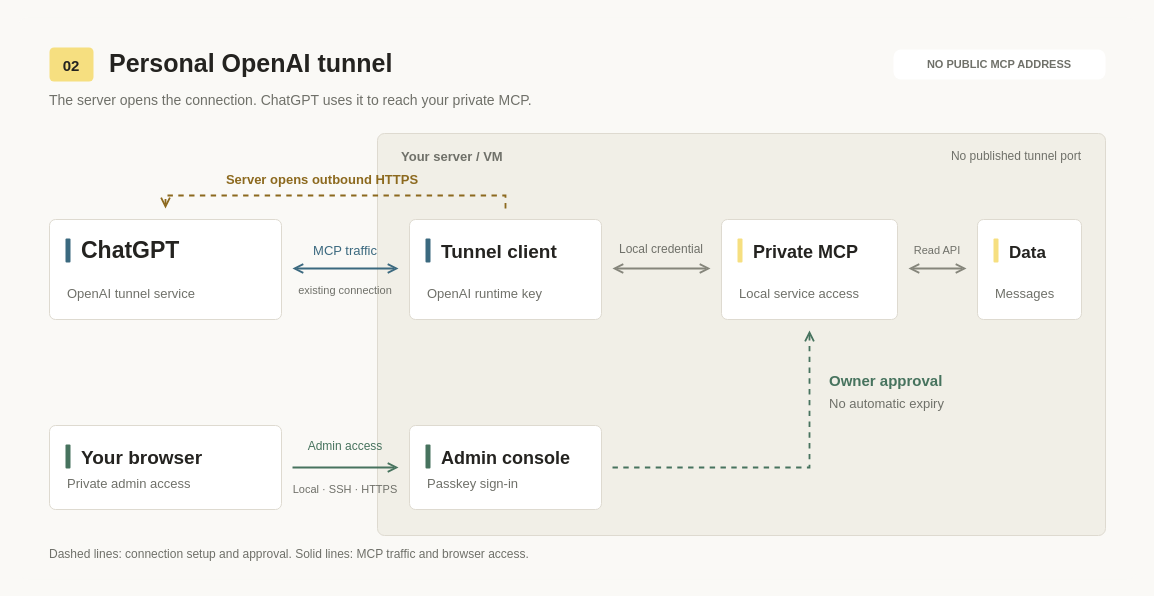
Earlier version of the draw.io diagram page "개인 OpenAI 터널" (2 of 3) of docs/assets/connection-methods.drawio (rokrokss/kakaotalk-bridge). Source tidied: cells renumbered, new cells numbered last; positions are measured from the earlier drawing's top-left corner, leaving out a move shared by most shapes. Both pictures are drawn from the tidied source at 100%, with x=0, y=0 at pixel (17, 17).
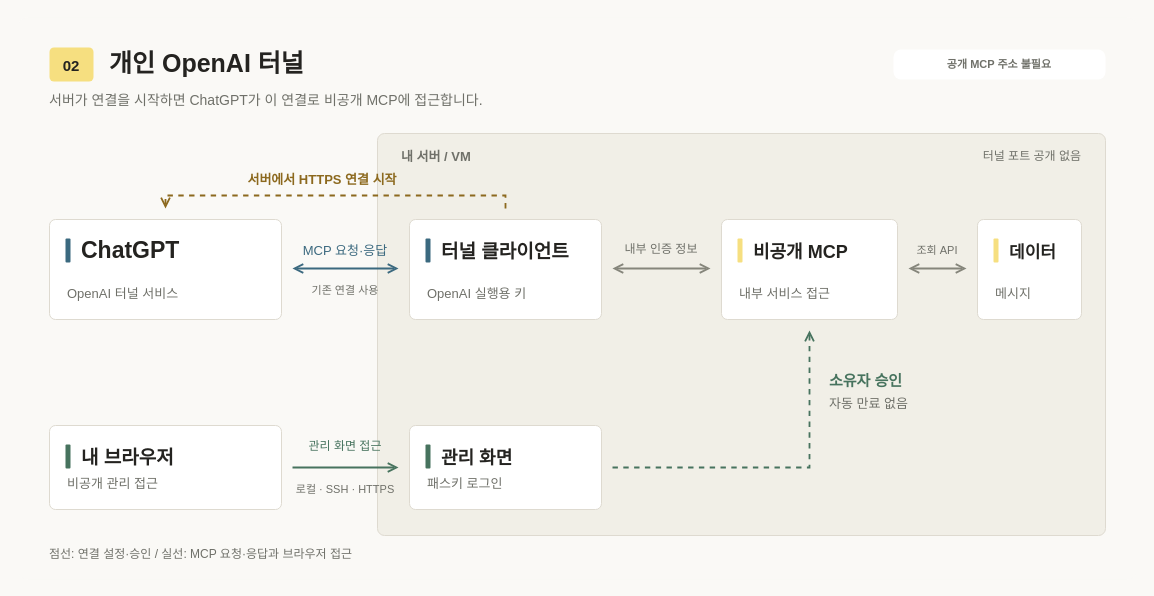
The same diagram, later.

The change refers to these unchanged cells:
```xml
<mxCell id="12" style="group;" parent="1" vertex="1">
  <mxGeometry x="32" y="202" width="232" height="100" as="geometry" />
</mxCell>
<mxCell id="17" style="group;" parent="1" vertex="1">
  <mxGeometry x="392" y="202" width="192" height="100" as="geometry" />
</mxCell>
<mxCell id="22" style="group;" parent="1" vertex="1">
  <mxGeometry x="704" y="202" width="176" height="100" as="geometry" />
</mxCell>
<mxCell id="27" style="group;" parent="1" vertex="1">
  <mxGeometry x="960" y="202" width="104" height="100" as="geometry" />
</mxCell>
<mxCell id="41" style="group;" parent="1" vertex="1">
  <mxGeometry x="32" y="408" width="232" height="84" as="geometry" />
</mxCell>
<mxCell id="46" style="group;" parent="1" vertex="1">
  <mxGeometry x="392" y="408" width="192" height="84" as="geometry" />
</mxCell>
```

What changed in the source:
```diff
@@
-    <mxCell id="5" value="Personal OpenAI tunnel" style="text;html=0;strokeColor=none;fillColor=none;align=left;verticalAlign=middle;whiteSpace=wrap;rounded=0;spacing=0;fontFamily=Helvetica;fontSize=25;fontColor=#242320;fontStyle=1;" parent="1" vertex="1">
+    <mxCell id="5" value="개인 OpenAI 터널" style="text;html=0;strokeColor=none;fillColor=none;align=left;verticalAlign=middle;whiteSpace=wrap;rounded=0;spacing=0;fontFamily=Helvetica;fontSize=25;fontColor=#242320;fontStyle=1;" parent="1" vertex="1">
       <mxGeometry x="92" y="28" width="630" height="33" as="geometry" />
     </mxCell>
-    <mxCell id="6" value="The server opens the connection. ChatGPT uses it to reach your private MCP." style="text;html=0;strokeColor=none;fillColor=none;align=left;verticalAlign=middle;whiteSpace=wrap;rounded=0;spacing=0;fontFamily=Helvetica;fontSize=14;fontColor=#6f7069;fontStyle=0;" parent="1" vertex="1">
+    <mxCell id="6" value="서버가 연결을 시작하면 ChatGPT가 이 연결로 비공개 MCP에 접근합니다." style="text;html=0;strokeColor=none;fillColor=none;align=left;verticalAlign=middle;whiteSpace=wrap;rounded=0;spacing=0;fontFamily=Helvetica;fontSize=14;fontColor=#6f7069;fontStyle=0;" parent="1" vertex="1">
       <mxGeometry x="32" y="72" width="830" height="22" as="geometry" />
     </mxCell>
@@
-    <mxCell id="8" value="NO PUBLIC MCP ADDRESS" style="text;html=0;strokeColor=none;fillColor=none;align=center;verticalAlign=middle;whiteSpace=wrap;rounded=0;spacing=0;fontFamily=Helvetica;fontSize=11;fontColor=#6f7069;fontStyle=1;" parent="1" vertex="1">
+    <mxCell id="8" value="공개 MCP 주소 불필요" style="text;html=0;strokeColor=none;fillColor=none;align=center;verticalAlign=middle;whiteSpace=wrap;rounded=0;spacing=0;fontFamily=Helvetica;fontSize=11;fontColor=#6f7069;fontStyle=1;" parent="1" vertex="1">
       <mxGeometry x="882" y="37.9" width="200" height="19" as="geometry" />
     </mxCell>
@@
-    <mxCell id="10" value="Your server / VM" style="text;html=0;strokeColor=none;fillColor=none;align=left;verticalAlign=middle;whiteSpace=wrap;rounded=0;spacing=0;fontFamily=Helvetica;fontSize=13;fontColor=#6f7069;fontStyle=1;" parent="1" vertex="1">
+    <mxCell id="10" value="내 서버 / VM" style="text;html=0;strokeColor=none;fillColor=none;align=left;verticalAlign=middle;whiteSpace=wrap;rounded=0;spacing=0;fontFamily=Helvetica;fontSize=13;fontColor=#6f7069;fontStyle=1;" parent="1" vertex="1">
       <mxGeometry x="384" y="128" width="260" height="21" as="geometry" />
     </mxCell>
-    <mxCell id="11" value="No published tunnel port" style="text;html=0;strokeColor=none;fillColor=none;align=right;verticalAlign=middle;whiteSpace=wrap;rounded=0;spacing=0;fontFamily=Helvetica;fontSize=12;fontColor=#6f7069;fontStyle=0;" parent="1" vertex="1">
+    <mxCell id="11" value="터널 포트 공개 없음" style="text;html=0;strokeColor=none;fillColor=none;align=right;verticalAlign=middle;whiteSpace=wrap;rounded=0;spacing=0;fontFamily=Helvetica;fontSize=12;fontColor=#6f7069;fontStyle=0;" parent="1" vertex="1">
       <mxGeometry x="814" y="129" width="250" height="20" as="geometry" />
     </mxCell>
@@
-    <mxCell id="16" value="OpenAI tunnel service" style="text;html=0;strokeColor=none;fillColor=none;align=left;verticalAlign=middle;whiteSpace=wrap;rounded=0;spacing=0;fontFamily=Helvetica;fontSize=13;fontColor=#6f7069;fontStyle=0;" parent="12" vertex="1">
+    <mxCell id="16" value="OpenAI 터널 서비스" style="text;html=0;strokeColor=none;fillColor=none;align=left;verticalAlign=middle;whiteSpace=wrap;rounded=0;spacing=0;fontFamily=Helvetica;fontSize=13;fontColor=#6f7069;fontStyle=0;" parent="12" vertex="1">
       <mxGeometry x="18" y="63" width="202" height="21" as="geometry" />
     </mxCell>
@@
-    <mxCell id="20" value="Tunnel client" style="text;html=0;strokeColor=none;fillColor=none;align=left;verticalAlign=middle;whiteSpace=wrap;rounded=0;spacing=0;fontFamily=Helvetica;fontSize=19;fontColor=#242320;fontStyle=1;" parent="17" vertex="1">
+    <mxCell id="20" value="터널 클라이언트" style="text;html=0;strokeColor=none;fillColor=none;align=left;verticalAlign=middle;whiteSpace=wrap;rounded=0;spacing=0;fontFamily=Helvetica;fontSize=19;fontColor=#242320;fontStyle=1;" parent="17" vertex="1">
       <mxGeometry x="32" y="19" width="150" height="27" as="geometry" />
     </mxCell>
-    <mxCell id="21" value="OpenAI runtime key" style="text;html=0;strokeColor=none;fillColor=none;align=left;verticalAlign=middle;whiteSpace=wrap;rounded=0;spacing=0;fontFamily=Helvetica;fontSize=13;fontColor=#6f7069;fontStyle=0;" parent="17" vertex="1">
+    <mxCell id="21" value="OpenAI 실행용 키" style="text;html=0;strokeColor=none;fillColor=none;align=left;verticalAlign=middle;whiteSpace=wrap;rounded=0;spacing=0;fontFamily=Helvetica;fontSize=13;fontColor=#6f7069;fontStyle=0;" parent="17" vertex="1">
       <mxGeometry x="18" y="63" width="162" height="21" as="geometry" />
     </mxCell>
@@
-    <mxCell id="25" value="Private MCP" style="text;html=0;strokeColor=none;fillColor=none;align=left;verticalAlign=middle;whiteSpace=wrap;rounded=0;spacing=0;fontFamily=Helvetica;fontSize=18;fontColor=#242320;fontStyle=1;" parent="22" vertex="1">
+    <mxCell id="25" value="비공개 MCP" style="text;html=0;strokeColor=none;fillColor=none;align=left;verticalAlign=middle;whiteSpace=wrap;rounded=0;spacing=0;fontFamily=Helvetica;fontSize=18;fontColor=#242320;fontStyle=1;" parent="22" vertex="1">
       <mxGeometry x="32" y="20" width="134" height="26" as="geometry" />
     </mxCell>
-    <mxCell id="26" value="Local service access" style="text;html=0;strokeColor=none;fillColor=none;align=left;verticalAlign=middle;whiteSpace=wrap;rounded=0;spacing=0;fontFamily=Helvetica;fontSize=13;fontColor=#6f7069;fontStyle=0;" parent="22" vertex="1">
+    <mxCell id="26" value="내부 서비스 접근" style="text;html=0;strokeColor=none;fillColor=none;align=left;verticalAlign=middle;whiteSpace=wrap;rounded=0;spacing=0;fontFamily=Helvetica;fontSize=13;fontColor=#6f7069;fontStyle=0;" parent="22" vertex="1">
       <mxGeometry x="18" y="63" width="146" height="21" as="geometry" />
     </mxCell>
@@
-    <mxCell id="30" value="Data" style="text;html=0;strokeColor=none;fillColor=none;align=left;verticalAlign=middle;whiteSpace=wrap;rounded=0;spacing=0;fontFamily=Helvetica;fontSize=17;fontColor=#242320;fontStyle=1;" parent="27" vertex="1">
+    <mxCell id="30" value="데이터" style="text;html=0;strokeColor=none;fillColor=none;align=left;verticalAlign=middle;whiteSpace=wrap;rounded=0;spacing=0;fontFamily=Helvetica;fontSize=17;fontColor=#242320;fontStyle=1;" parent="27" vertex="1">
       <mxGeometry x="32" y="21" width="62" height="25" as="geometry" />
     </mxCell>
-    <mxCell id="31" value="Messages" style="text;html=0;strokeColor=none;fillColor=none;align=left;verticalAlign=middle;whiteSpace=wrap;rounded=0;spacing=0;fontFamily=Helvetica;fontSize=13;fontColor=#6f7069;fontStyle=0;" parent="27" vertex="1">
+    <mxCell id="31" value="메시지" style="text;html=0;strokeColor=none;fillColor=none;align=left;verticalAlign=middle;whiteSpace=wrap;rounded=0;spacing=0;fontFamily=Helvetica;fontSize=13;fontColor=#6f7069;fontStyle=0;" parent="27" vertex="1">
       <mxGeometry x="18" y="63" width="74" height="21" as="geometry" />
     </mxCell>
@@
-    <mxCell id="33" value="Server opens outbound HTTPS" style="text;html=0;strokeColor=none;fillColor=none;align=center;verticalAlign=middle;whiteSpace=wrap;rounded=0;spacing=0;fontFamily=Helvetica;fontSize=13;fontColor=#8c691e;fontStyle=1;" parent="1" vertex="1">
+    <mxCell id="33" value="서버에서 HTTPS 연결 시작" style="text;html=0;strokeColor=none;fillColor=none;align=center;verticalAlign=middle;whiteSpace=wrap;rounded=0;spacing=0;fontFamily=Helvetica;fontSize=13;fontColor=#8c691e;fontStyle=1;" parent="1" vertex="1">
       <mxGeometry x="155" y="151" width="300" height="21" as="geometry" />
     </mxCell>
@@
-    <mxCell id="35" value="MCP traffic" style="text;html=0;strokeColor=none;fillColor=none;align=center;verticalAlign=middle;whiteSpace=wrap;rounded=0;spacing=0;fontFamily=Helvetica;fontSize=13;fontColor=#3b697f;fontStyle=0;" parent="1" vertex="1">
+    <mxCell id="35" value="MCP 요청·응답" style="text;html=0;strokeColor=none;fillColor=none;align=center;verticalAlign=middle;whiteSpace=wrap;rounded=0;spacing=0;fontFamily=Helvetica;fontSize=13;fontColor=#3b697f;fontStyle=0;" parent="1" vertex="1">
       <mxGeometry x="273" y="222" width="110" height="21" as="geometry" />
     </mxCell>
-    <mxCell id="36" value="existing connection" style="text;html=0;strokeColor=none;fillColor=none;align=center;verticalAlign=middle;whiteSpace=wrap;rounded=0;spacing=0;fontFamily=Helvetica;fontSize=11;fontColor=#6f7069;fontStyle=0;" parent="1" vertex="1">
+    <mxCell id="36" value="기존 연결 사용" style="text;html=0;strokeColor=none;fillColor=none;align=center;verticalAlign=middle;whiteSpace=wrap;rounded=0;spacing=0;fontFamily=Helvetica;fontSize=11;fontColor=#6f7069;fontStyle=0;" parent="1" vertex="1">
       <mxGeometry x="266" y="263" width="124" height="19" as="geometry" />
     </mxCell>
@@
-    <mxCell id="38" value="Local credential" style="text;html=0;strokeColor=none;fillColor=none;align=center;verticalAlign=middle;whiteSpace=wrap;rounded=0;spacing=0;fontFamily=Helvetica;fontSize=12;fontColor=#6f7069;fontStyle=0;" parent="1" vertex="1">
+    <mxCell id="38" value="내부 인증 정보" style="text;html=0;strokeColor=none;fillColor=none;align=center;verticalAlign=middle;whiteSpace=wrap;rounded=0;spacing=0;fontFamily=Helvetica;fontSize=12;fontColor=#6f7069;fontStyle=0;" parent="1" vertex="1">
       <mxGeometry x="588" y="222" width="112" height="20" as="geometry" />
     </mxCell>
@@
-    <mxCell id="40" value="Read API" style="text;html=0;strokeColor=none;fillColor=none;align=center;verticalAlign=middle;whiteSpace=wrap;rounded=0;spacing=0;fontFamily=Helvetica;fontSize=11;fontColor=#6f7069;fontStyle=0;" parent="1" vertex="1">
+    <mxCell id="40" value="조회 API" style="text;html=0;strokeColor=none;fillColor=none;align=center;verticalAlign=middle;whiteSpace=wrap;rounded=0;spacing=0;fontFamily=Helvetica;fontSize=11;fontColor=#6f7069;fontStyle=0;" parent="1" vertex="1">
       <mxGeometry x="888" y="223" width="64" height="19" as="geometry" />
     </mxCell>
@@
-    <mxCell id="44" value="Your browser" style="text;html=0;strokeColor=none;fillColor=none;align=left;verticalAlign=middle;whiteSpace=wrap;rounded=0;spacing=0;fontFamily=Helvetica;fontSize=19;fontColor=#242320;fontStyle=1;" parent="41" vertex="1">
+    <mxCell id="44" value="내 브라우저" style="text;html=0;strokeColor=none;fillColor=none;align=left;verticalAlign=middle;whiteSpace=wrap;rounded=0;spacing=0;fontFamily=Helvetica;fontSize=19;fontColor=#242320;fontStyle=1;" parent="41" vertex="1">
       <mxGeometry x="32" y="19" width="190" height="27" as="geometry" />
     </mxCell>
-    <mxCell id="45" value="Private admin access" style="text;html=0;strokeColor=none;fillColor=none;align=left;verticalAlign=middle;whiteSpace=wrap;rounded=0;spacing=0;fontFamily=Helvetica;fontSize=13;fontColor=#6f7069;fontStyle=0;" parent="41" vertex="1">
+    <mxCell id="45" value="비공개 관리 접근" style="text;html=0;strokeColor=none;fillColor=none;align=left;verticalAlign=middle;whiteSpace=wrap;rounded=0;spacing=0;fontFamily=Helvetica;fontSize=13;fontColor=#6f7069;fontStyle=0;" parent="41" vertex="1">
       <mxGeometry x="18" y="47" width="202" height="21" as="geometry" />
     </mxCell>
@@
-    <mxCell id="49" value="Admin console" style="text;html=0;strokeColor=none;fillColor=none;align=left;verticalAlign=middle;whiteSpace=wrap;rounded=0;spacing=0;fontFamily=Helvetica;fontSize=18;fontColor=#242320;fontStyle=1;" parent="46" vertex="1">
+    <mxCell id="49" value="관리 화면" style="text;html=0;strokeColor=none;fillColor=none;align=left;verticalAlign=middle;whiteSpace=wrap;rounded=0;spacing=0;fontFamily=Helvetica;fontSize=18;fontColor=#242320;fontStyle=1;" parent="46" vertex="1">
       <mxGeometry x="32" y="20" width="150" height="26" as="geometry" />
     </mxCell>
-    <mxCell id="50" value="Passkey sign-in" style="text;html=0;strokeColor=none;fillColor=none;align=left;verticalAlign=middle;whiteSpace=wrap;rounded=0;spacing=0;fontFamily=Helvetica;fontSize=13;fontColor=#6f7069;fontStyle=0;" parent="46" vertex="1">
+    <mxCell id="50" value="패스키 로그인" style="text;html=0;strokeColor=none;fillColor=none;align=left;verticalAlign=middle;whiteSpace=wrap;rounded=0;spacing=0;fontFamily=Helvetica;fontSize=13;fontColor=#6f7069;fontStyle=0;" parent="46" vertex="1">
       <mxGeometry x="18" y="47" width="162" height="21" as="geometry" />
     </mxCell>
@@
-    <mxCell id="52" value="Admin access" style="text;html=0;strokeColor=none;fillColor=none;align=center;verticalAlign=middle;whiteSpace=wrap;rounded=0;spacing=0;fontFamily=Helvetica;fontSize=12;fontColor=#47735e;fontStyle=0;" parent="1" vertex="1">
+    <mxCell id="52" value="관리 화면 접근" style="text;html=0;strokeColor=none;fillColor=none;align=center;verticalAlign=middle;whiteSpace=wrap;rounded=0;spacing=0;fontFamily=Helvetica;fontSize=12;fontColor=#47735e;fontStyle=0;" parent="1" vertex="1">
       <mxGeometry x="268" y="419" width="120" height="20" as="geometry" />
     </mxCell>
-    <mxCell id="53" value="Local · SSH · HTTPS" style="text;html=0;strokeColor=none;fillColor=none;align=center;verticalAlign=middle;whiteSpace=wrap;rounded=0;spacing=0;fontFamily=Helvetica;fontSize=11;fontColor=#6f7069;fontStyle=0;" parent="1" vertex="1">
+    <mxCell id="53" value="로컬 · SSH · HTTPS" style="text;html=0;strokeColor=none;fillColor=none;align=center;verticalAlign=middle;whiteSpace=wrap;rounded=0;spacing=0;fontFamily=Helvetica;fontSize=11;fontColor=#6f7069;fontStyle=0;" parent="1" vertex="1">
       <mxGeometry x="266" y="462" width="124" height="19" as="geometry" />
     </mxCell>
@@
-    <mxCell id="55" value="Owner approval" style="text;html=0;strokeColor=none;fillColor=none;align=left;verticalAlign=middle;whiteSpace=wrap;rounded=0;spacing=0;fontFamily=Helvetica;fontSize=15;fontColor=#47735e;fontStyle=1;" parent="1" vertex="1">
+    <mxCell id="55" value="소유자 승인" style="text;html=0;strokeColor=none;fillColor=none;align=left;verticalAlign=middle;whiteSpace=wrap;rounded=0;spacing=0;fontFamily=Helvetica;fontSize=15;fontColor=#47735e;fontStyle=1;" parent="1" vertex="1">
       <mxGeometry x="812" y="351" width="235" height="23" as="geometry" />
     </mxCell>
-    <mxCell id="56" value="No automatic expiry" style="text;html=0;strokeColor=none;fillColor=none;align=left;verticalAlign=middle;whiteSpace=wrap;rounded=0;spacing=0;fontFamily=Helvetica;fontSize=13;fontColor=#6f7069;fontStyle=0;" parent="1" vertex="1">
+    <mxCell id="56" value="자동 만료 없음" style="text;html=0;strokeColor=none;fillColor=none;align=left;verticalAlign=middle;whiteSpace=wrap;rounded=0;spacing=0;fontFamily=Helvetica;fontSize=13;fontColor=#6f7069;fontStyle=0;" parent="1" vertex="1">
       <mxGeometry x="812" y="375" width="235" height="21" as="geometry" />
     </mxCell>
-    <mxCell id="57" value="Dashed lines: connection setup and approval. Solid lines: MCP traffic and browser access." style="text;html=0;strokeColor=none;fillColor=none;align=left;verticalAlign=middle;whiteSpace=wrap;rounded=0;spacing=0;fontFamily=Helvetica;fontSize=12;fontColor=#6f7069;fontStyle=0;" parent="1" vertex="1">
+    <mxCell id="57" value="점선: 연결 설정·승인 / 실선: MCP 요청·응답과 브라우저 접근" style="text;html=0;strokeColor=none;fillColor=none;align=left;verticalAlign=middle;whiteSpace=wrap;rounded=0;spacing=0;fontFamily=Helvetica;fontSize=12;fontColor=#6f7069;fontStyle=0;" parent="1" vertex="1">
       <mxGeometry x="32" y="527" width="1050" height="20" as="geometry" />
     </mxCell>
```
